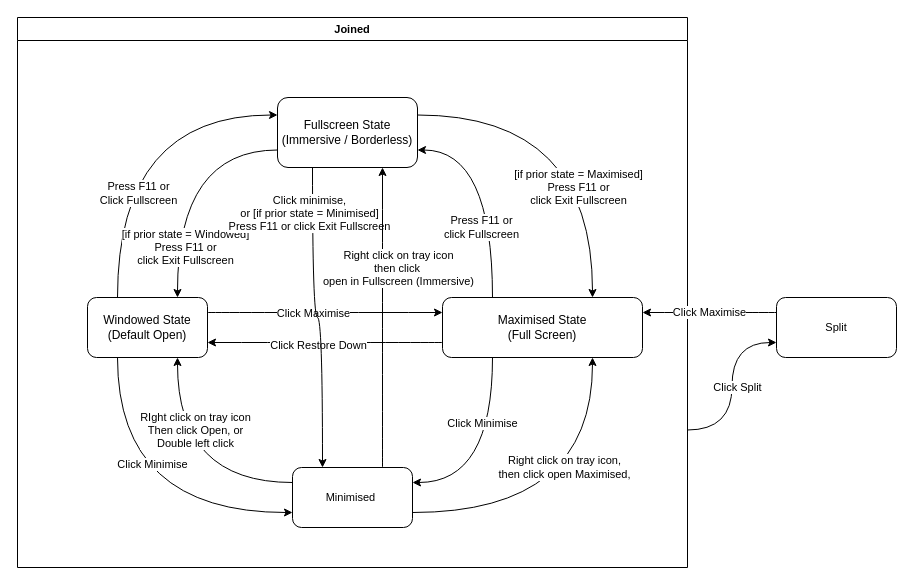
Earlier version of the draw.io diagram docs/state_machine_diagram_browser_buttons.drawio (kp-97/FocusHUD). Source tidied: cells renumbered, new cells numbered last; positions are measured from the earlier drawing's top-left corner, leaving out a move shared by most shapes. Both pictures are drawn from the tidied source at 100%, with x=0, y=0 at pixel (17, 17).
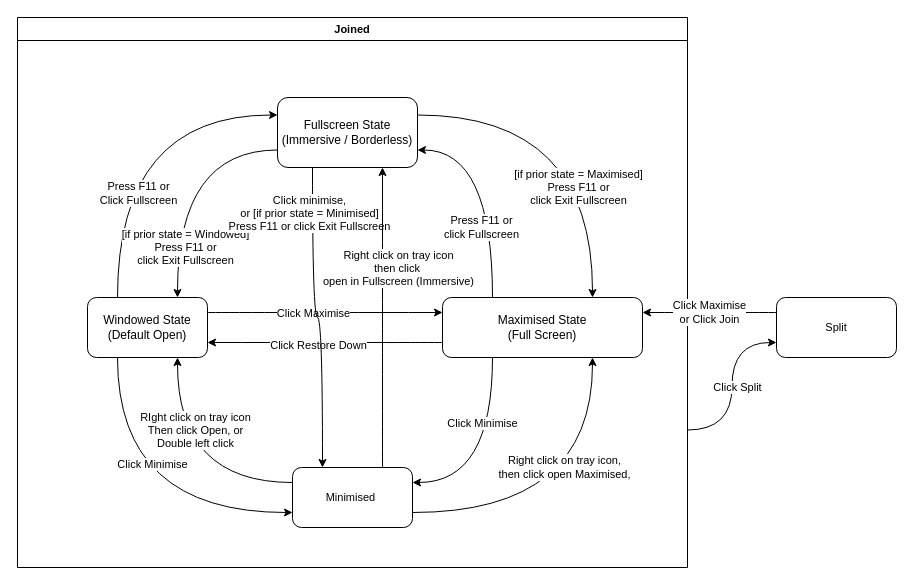
The same diagram, later.

Commit message:
docs(diagrams): add Click Join transition to state machine diagram

The change refers to these unchanged cells:
```xml
<mxCell id="32" style="edgeStyle=orthogonalEdgeStyle;shape=connector;curved=1;rounded=0;jettySize=auto;html=1;strokeColor=default;align=center;verticalAlign=middle;fontFamily=Helvetica;fontSize=11;fontColor=default;labelBackgroundColor=default;endArrow=classic;entryX=1;entryY=0.25;entryDx=0;entryDy=0;exitX=0;exitY=0.25;exitDx=0;exitDy=0;" parent="1" edge="1" source="34" target="9">
  <mxGeometry relative="1" as="geometry" />
</mxCell>
```

What changed in the source:
```diff
@@
-    <mxCell id="33" value="Click Maximise" style="edgeLabel;html=1;align=center;verticalAlign=middle;fontFamily=Helvetica;fontSize=11;fontColor=default;labelBackgroundColor=default;" parent="32" vertex="1">
+    <mxCell id="33" value="Click Maximise&lt;div&gt;or Click Join&lt;/div&gt;" style="edgeLabel;html=1;align=center;verticalAlign=middle;fontFamily=Helvetica;fontSize=11;fontColor=default;labelBackgroundColor=default;" parent="32" vertex="1">
       <mxGeometry x="0.02" y="-1" relative="1" as="geometry" />
     </mxCell>
```
